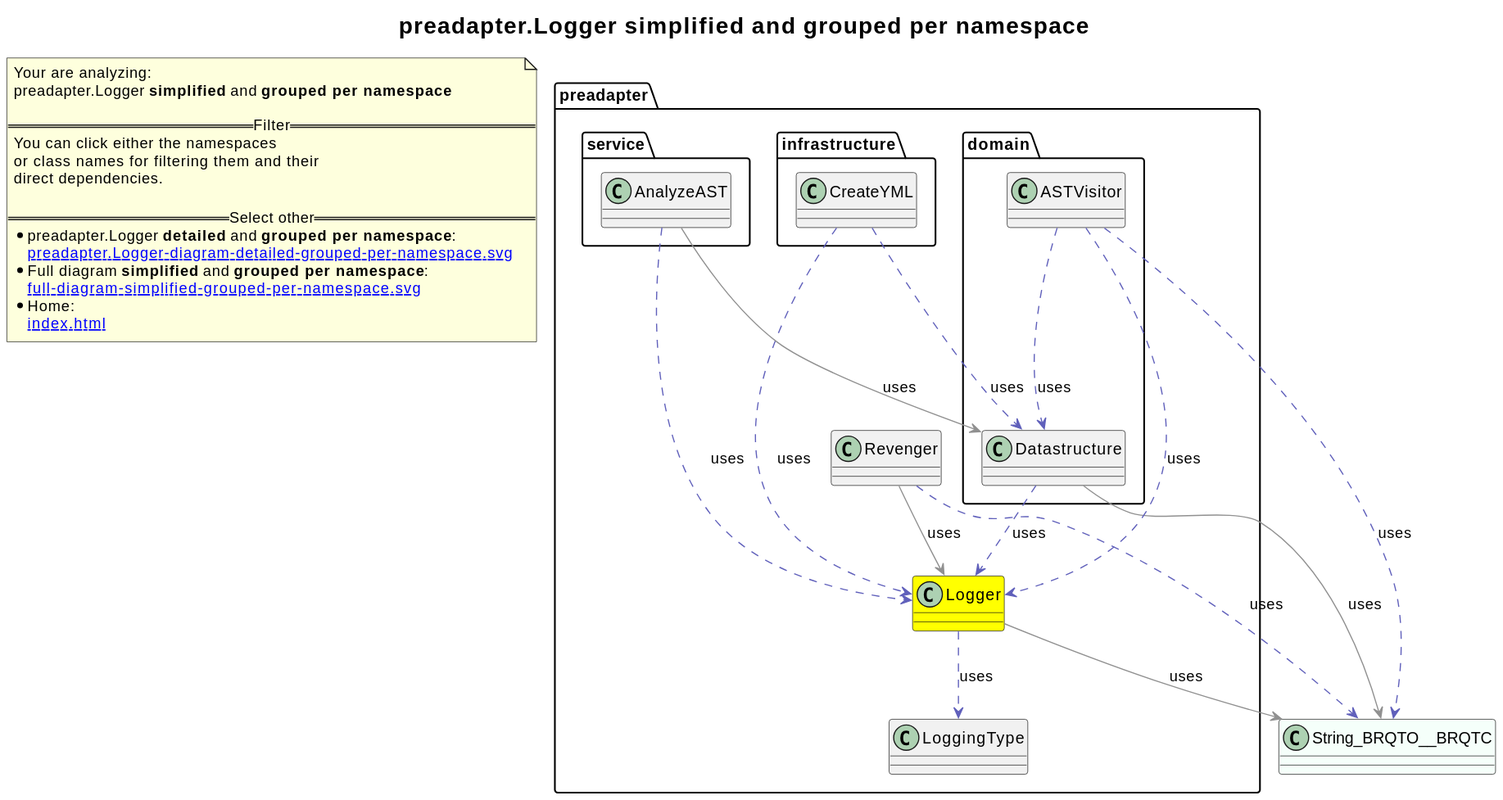
Before: revenger-java-adapter.out/preadapter.Logger-diagram-simplified-grouped-per-namespace.svg, a diagram exported from PlantUML (2BlackCoffees/revenger). The source it was exported from:
```plantuml
@startuml
title <size:20>preadapter.Logger **simplified** and **grouped per namespace**</size>
note "Your are analyzing:\npreadapter.Logger **simplified** and **grouped per namespace**\n\n==Filter==\nYou can click either the namespaces \nor class names for filtering them and their\ndirect dependencies.\n\n==Select other==\n* preadapter.Logger **detailed** and **grouped per namespace**:\n   [[preadapter.Logger-diagram-detailed-grouped-per-namespace.svg]]\n* Full diagram **simplified** and **grouped per namespace**:\n   [[full-diagram-simplified-grouped-per-namespace.svg]]\n* Home:\n   [[index.html]]" as FloatingNote
class String_BRQTO__BRQTC [[String_BRQTO__BRQTC-diagram-simplified-grouped-per-namespace.svg]] #MintCream {
}
namespace preadapter [[preadapter-diagram-simplified-grouped-per-namespace.svg]] {
class preadapter.Logger [[preadapter.Logger-diagram-simplified-grouped-per-namespace.svg]] #yellow {
}
class preadapter.LoggingType [[preadapter.LoggingType-diagram-simplified-grouped-per-namespace.svg]]  {
}
class preadapter.Revenger [[preadapter.Revenger-diagram-simplified-grouped-per-namespace.svg]]  {
}
}
namespace preadapter [[preadapter-diagram-simplified-grouped-per-namespace.svg]] {
namespace preadapter.domain [[preadapter.domain-diagram-simplified-grouped-per-namespace.svg]] {
  class preadapter.domain.Datastructure [[preadapter.domain.Datastructure-diagram-simplified-grouped-per-namespace.svg]]  {
  }
  class preadapter.domain.ASTVisitor [[preadapter.domain.ASTVisitor-diagram-simplified-grouped-per-namespace.svg]]  {
  }
}
}
namespace preadapter [[preadapter-diagram-simplified-grouped-per-namespace.svg]] {
namespace preadapter.infrastructure [[preadapter.infrastructure-diagram-simplified-grouped-per-namespace.svg]] {
  class preadapter.infrastructure.CreateYML [[preadapter.infrastructure.CreateYML-diagram-simplified-grouped-per-namespace.svg]]  {
  }
}
}
namespace preadapter [[preadapter-diagram-simplified-grouped-per-namespace.svg]] {
namespace preadapter.service [[preadapter.service-diagram-simplified-grouped-per-namespace.svg]] {
  class preadapter.service.AnalyzeAST [[preadapter.service.AnalyzeAST-diagram-simplified-grouped-per-namespace.svg]]  {
  }
}
}
preadapter.Logger .[#6060BB].> preadapter.LoggingType  : uses
preadapter.Logger -[#909090]-> String_BRQTO__BRQTC  : uses
preadapter.Revenger .[#6060BB].> String_BRQTO__BRQTC  : uses
preadapter.Revenger -[#909090]-> preadapter.Logger  : uses
preadapter.domain.Datastructure .[#6060BB].> preadapter.Logger  : uses
preadapter.domain.Datastructure -[#909090]-> String_BRQTO__BRQTC  : uses
preadapter.domain.ASTVisitor .[#6060BB].> preadapter.Logger  : uses
preadapter.domain.ASTVisitor .[#6060BB].> preadapter.domain.Datastructure  : uses
preadapter.domain.ASTVisitor .[#6060BB].> String_BRQTO__BRQTC  : uses
preadapter.infrastructure.CreateYML .[#6060BB].> preadapter.domain.Datastructure  : uses
preadapter.infrastructure.CreateYML .[#6060BB].> preadapter.Logger  : uses
preadapter.service.AnalyzeAST .[#6060BB].> preadapter.Logger  : uses
preadapter.service.AnalyzeAST -[#909090]-> preadapter.domain.Datastructure  : uses
@enduml
```
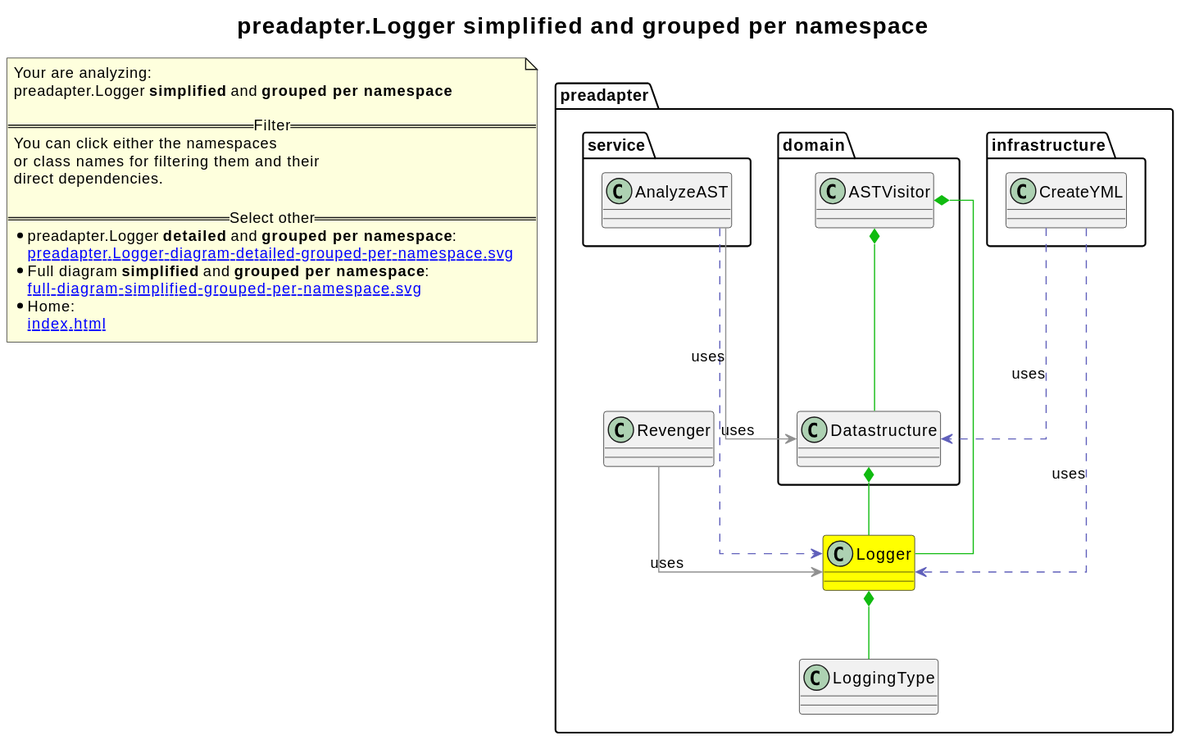
Later version of the same file.

Change to the diagram source:
```diff
@@ -1,8 +1,7 @@
 @startuml
+skinparam linetype ortho
 title <size:20>preadapter.Logger **simplified** and **grouped per namespace**</size>
 note "Your are analyzing:\npreadapter.Logger **simplified** and **grouped per namespace**\n\n==Filter==\nYou can click either the namespaces \nor class names for filtering them and their\ndirect dependencies.\n\n==Select other==\n* preadapter.Logger **detailed** and **grouped per namespace**:\n   [[preadapter.Logger-diagram-detailed-grouped-per-namespace.svg]]\n* Full diagram **simplified** and **grouped per namespace**:\n   [[full-diagram-simplified-grouped-per-namespace.svg]]\n* Home:\n   [[index.html]]" as FloatingNote
-class String_BRQTO__BRQTC [[String_BRQTO__BRQTC-diagram-simplified-grouped-per-namespace.svg]] #MintCream {
-}
 namespace preadapter [[preadapter-diagram-simplified-grouped-per-namespace.svg]] {
 class preadapter.Logger [[preadapter.Logger-diagram-simplified-grouped-per-namespace.svg]] #yellow {
 }
@@ -31,15 +30,11 @@
   }
 }
 }
-preadapter.Logger .[#6060BB].> preadapter.LoggingType  : uses
-preadapter.Logger -[#909090]-> String_BRQTO__BRQTC  : uses
-preadapter.Revenger .[#6060BB].> String_BRQTO__BRQTC  : uses
+preadapter.Logger *-[#10BB10]- preadapter.LoggingType
 preadapter.Revenger -[#909090]-> preadapter.Logger  : uses
-preadapter.domain.Datastructure .[#6060BB].> preadapter.Logger  : uses
-preadapter.domain.Datastructure -[#909090]-> String_BRQTO__BRQTC  : uses
-preadapter.domain.ASTVisitor .[#6060BB].> preadapter.Logger  : uses
-preadapter.domain.ASTVisitor .[#6060BB].> preadapter.domain.Datastructure  : uses
-preadapter.domain.ASTVisitor .[#6060BB].> String_BRQTO__BRQTC  : uses
+preadapter.domain.Datastructure *-[#10BB10]- preadapter.Logger
+preadapter.domain.ASTVisitor *-[#10BB10]- preadapter.Logger
+preadapter.domain.ASTVisitor *-[#10BB10]- preadapter.domain.Datastructure
 preadapter.infrastructure.CreateYML .[#6060BB].> preadapter.domain.Datastructure  : uses
 preadapter.infrastructure.CreateYML .[#6060BB].> preadapter.Logger  : uses
 preadapter.service.AnalyzeAST .[#6060BB].> preadapter.Logger  : uses
```
